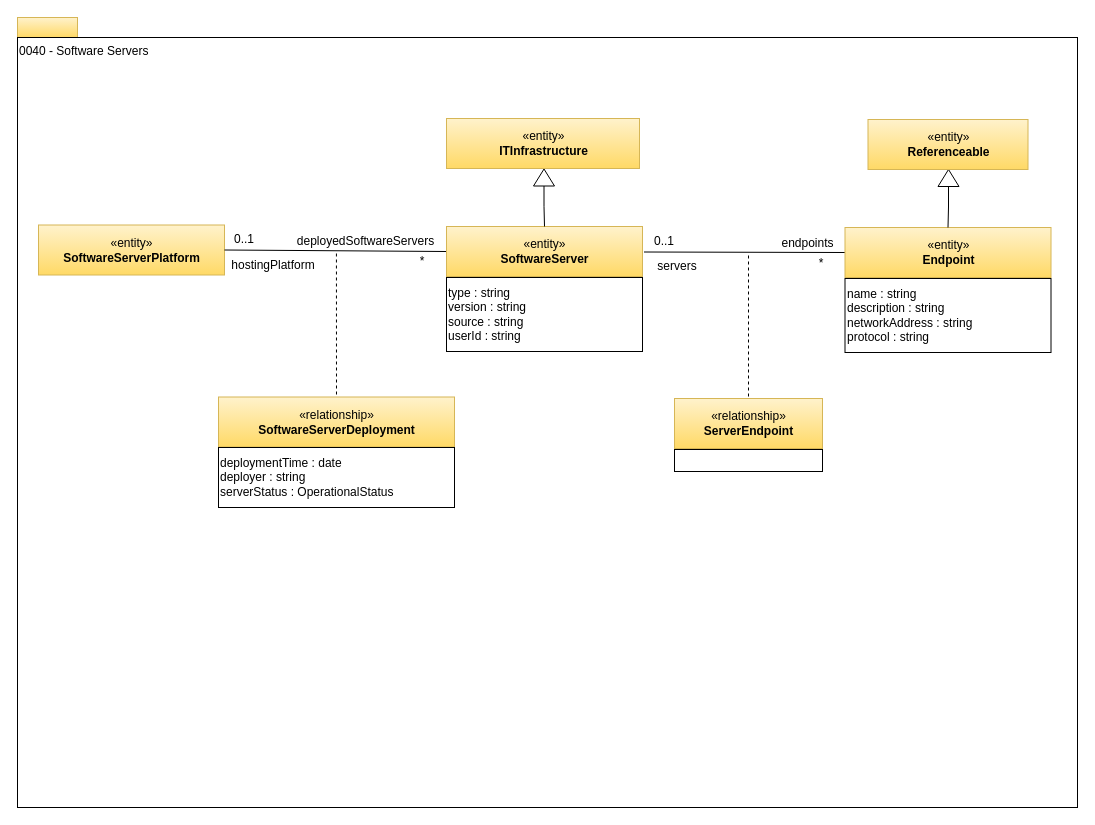
planetf1/egeria keeps this draw.io diagram as page "0040-Software-Servers" (11 of 18) of open-metadata-publication/website/open-metadata-types/area-0-basic-types-and-infrastructure.drawio. Above is the earlier version. Source tidied: cells renumbered, new cells numbered last; positions are measured from the earlier drawing's top-left corner, leaving out a move shared by most shapes. Both pictures are drawn from the tidied source at 100%, with x=0, y=0 at pixel (17, 17).
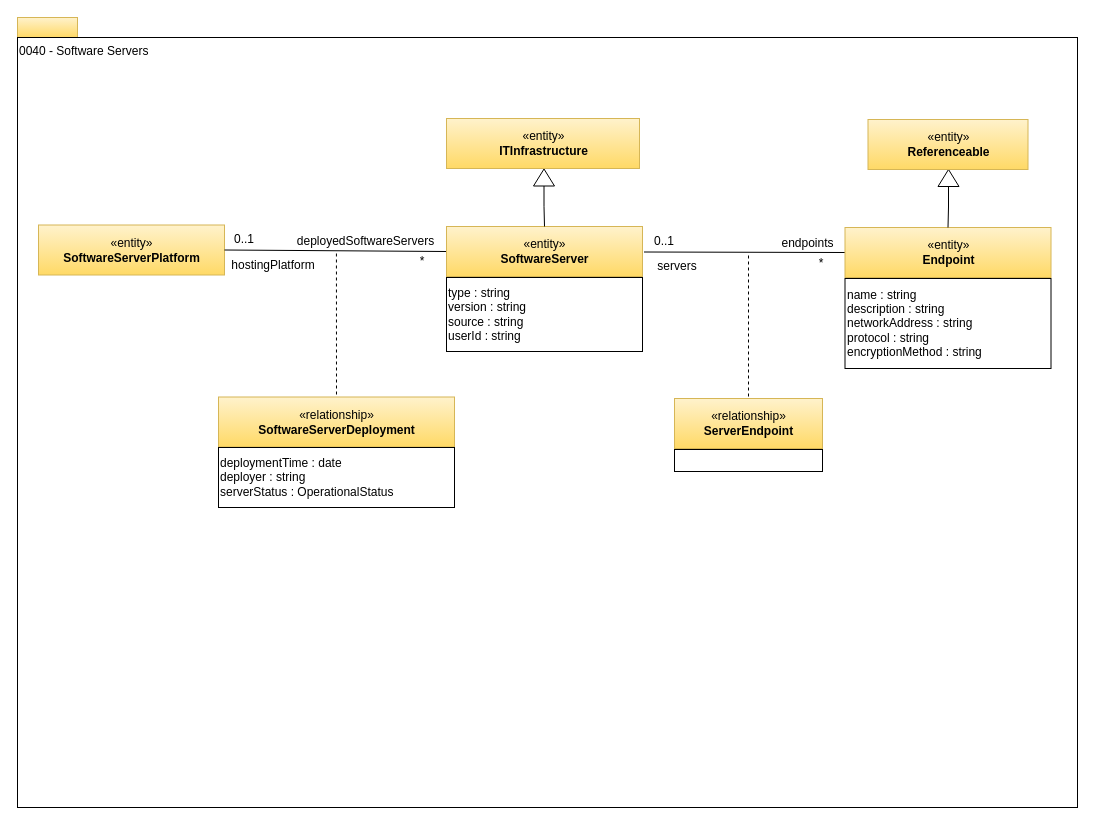
Above is the later version.

Change to the diagram source:
```diff
@@
-    <mxCell id="22" value="name : string&lt;br&gt;description : string&lt;br&gt;networkAddress : string&lt;br&gt;protocol : string" style="rounded=0;whiteSpace=wrap;html=1;strokeColor=#000000;gradientColor=#ffffff;align=left;" parent="1" vertex="1">
-      <mxGeometry x="827.5" y="261" width="206" height="74" as="geometry" />
+    <mxCell id="22" value="name : string&lt;br&gt;description : string&lt;br&gt;networkAddress : string&lt;br&gt;protocol : string&lt;br&gt;encryptionMethod : string" style="rounded=0;whiteSpace=wrap;html=1;strokeColor=#000000;gradientColor=#ffffff;align=left;" parent="1" vertex="1">
+      <mxGeometry x="827.5" y="261" width="206" height="90" as="geometry" />
     </mxCell>
```
